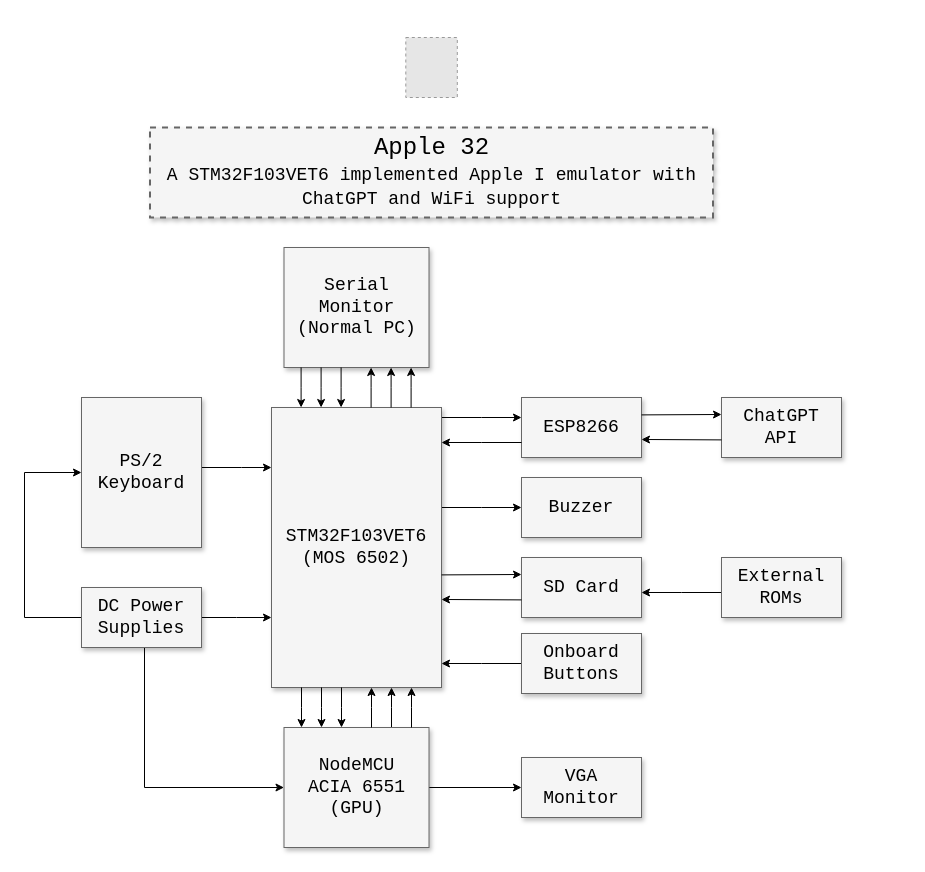
This is SystemOverview.drawio from OodavidsinoO/Apple-32, a draw.io file, before an edit. Source tidied: cells renumbered, new cells numbered last; positions are measured from the earlier drawing's top-left corner, leaving out a move shared by most shapes. Both pictures are drawn from the tidied source at 100%, with x=0, y=0 at pixel (24, 37). Pictures stored in the file or linked from it are replaced by grey dashed boxes.
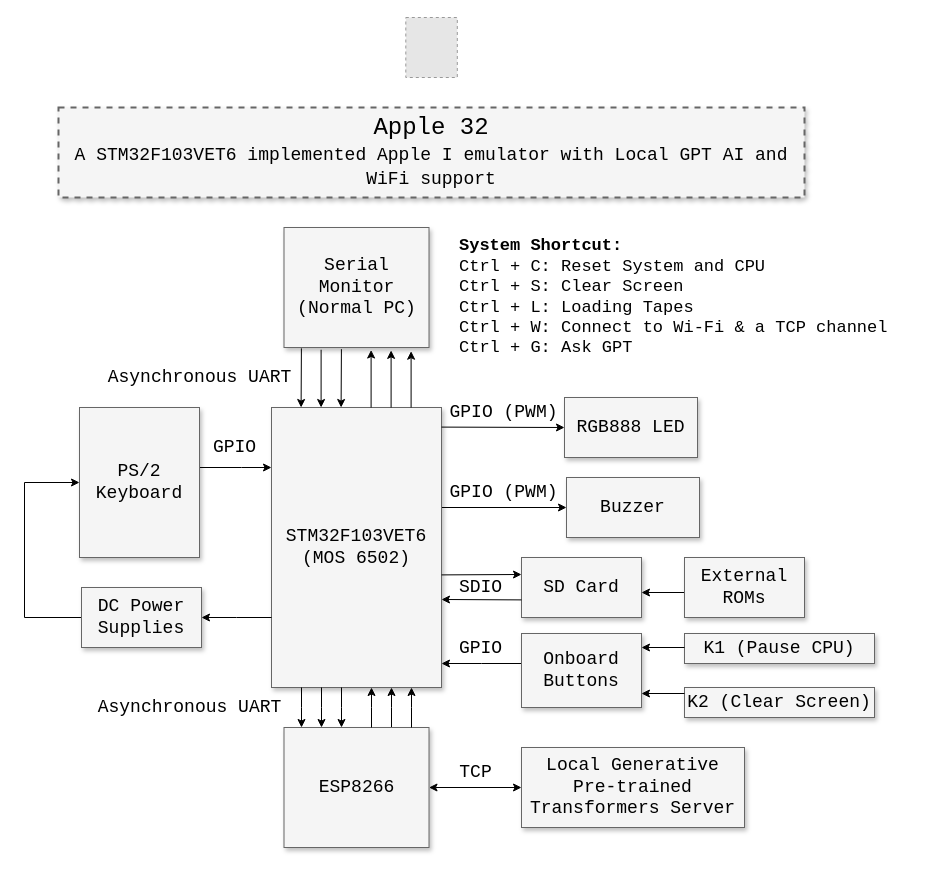
The same diagram, later.

Unchanged cells that the change refers to:
```xml
<mxCell id="6" value="STM32F103VET6&lt;br&gt;(MOS 6502)" style="whiteSpace=wrap;html=1;shadow=1;fontSize=18;fillColor=#f5f5f5;strokeColor=#666666;fontFamily=Courier New;" parent="1" vertex="1">
  <mxGeometry x="247" y="370" width="170" height="280" as="geometry" />
</mxCell>
<mxCell id="16" value="DC Power&lt;br&gt;Supplies" style="whiteSpace=wrap;html=1;shadow=1;fontSize=18;fillColor=#f5f5f5;strokeColor=#666666;fontFamily=Courier New;" parent="1" vertex="1">
  <mxGeometry x="57" y="550" width="120" height="60" as="geometry" />
</mxCell>
```

Change to the diagram source:
```diff
@@
-    <mxCell id="2" value="&lt;font&gt;&lt;font style=&quot;font-size: 24px;&quot;&gt;Apple 32&lt;/font&gt;&lt;br&gt;&lt;font style=&quot;font-size: 18px;&quot;&gt;A STM32F103VET6 implemented Apple I emulator with ChatGPT and WiFi support&lt;/font&gt;&lt;/font&gt;" style="whiteSpace=wrap;html=1;shadow=1;fontSize=20;fillColor=#f5f5f5;strokeColor=#666666;strokeWidth=2;dashed=1;fontFamily=Courier New;" parent="1" vertex="1">
-      <mxGeometry x="125.5" y="90" width="563" height="90" as="geometry" />
+    <mxCell id="2" value="&lt;font&gt;&lt;font style=&quot;font-size: 24px;&quot;&gt;Apple 32&lt;/font&gt;&lt;br&gt;&lt;font style=&quot;font-size: 18px;&quot;&gt;A STM32F103VET6 implemented Apple I emulator with Local GPT AI and WiFi support&lt;/font&gt;&lt;/font&gt;" style="whiteSpace=wrap;html=1;shadow=1;fontSize=20;fillColor=#f5f5f5;strokeColor=#666666;strokeWidth=2;dashed=1;fontFamily=Courier New;" parent="1" vertex="1">
+      <mxGeometry x="34" y="70" width="746" height="90" as="geometry" />
     </mxCell>
-    <mxCell id="3" style="edgeStyle=elbowEdgeStyle;rounded=0;html=1;startArrow=none;startFill=0;jettySize=auto;orthogonalLoop=1;fontSize=18;elbow=vertical;fontFamily=Courier New;" parent="1" edge="1">
-      <mxGeometry relative="1" as="geometry">
-        <mxPoint x="417" y="380" as="sourcePoint" />
-        <mxPoint x="497" y="380" as="targetPoint" />
-      </mxGeometry>
-    </mxCell>
@@
-    <mxCell id="7" value="ESP8266" style="whiteSpace=wrap;html=1;shadow=1;fontSize=18;fillColor=#f5f5f5;strokeColor=#666666;fontFamily=Courier New;" parent="1" vertex="1">
-      <mxGeometry x="497" y="360" width="120" height="60" as="geometry" />
-    </mxCell>
     <mxCell id="8" value="Buzzer" style="whiteSpace=wrap;html=1;shadow=1;fontSize=18;fillColor=#f5f5f5;strokeColor=#666666;fontFamily=Courier New;" parent="1" vertex="1">
-      <mxGeometry x="497" y="440" width="120" height="60" as="geometry" />
+      <mxGeometry x="542" y="440" width="133" height="60" as="geometry" />
     </mxCell>
@@
-    <mxCell id="10" value="VGA Monitor" style="whiteSpace=wrap;html=1;shadow=1;fontSize=18;fillColor=#f5f5f5;strokeColor=#666666;fontFamily=Courier New;" parent="1" vertex="1">
-      <mxGeometry x="497" y="720" width="120" height="60" as="geometry" />
+    <mxCell id="10" value="Local Generative Pre-trained Transformers Server" style="whiteSpace=wrap;html=1;shadow=1;fontSize=18;fillColor=#f5f5f5;strokeColor=#666666;fontFamily=Courier New;" parent="1" vertex="1">
+      <mxGeometry x="497" y="710" width="223" height="80" as="geometry" />
     </mxCell>
@@
     <mxCell id="12" value="PS/2&lt;br&gt;Keyboard" style="whiteSpace=wrap;html=1;shadow=1;fontSize=18;fillColor=#f5f5f5;strokeColor=#666666;fontFamily=Courier New;" parent="1" vertex="1">
-      <mxGeometry x="57" y="360" width="120" height="150" as="geometry" />
+      <mxGeometry x="55" y="370" width="120" height="150" as="geometry" />
     </mxCell>
-    <mxCell id="13" style="edgeStyle=elbowEdgeStyle;rounded=0;html=1;startArrow=none;startFill=0;jettySize=auto;fontSize=18;elbow=vertical;fontFamily=Courier New;" parent="1" edge="1" source="16" target="6">
+    <mxCell id="13" style="edgeStyle=elbowEdgeStyle;rounded=0;html=1;startArrow=none;startFill=0;jettySize=auto;fontSize=18;elbow=vertical;fontFamily=Courier New;" parent="1" edge="1" source="6" target="16">
       <mxGeometry relative="1" as="geometry" />
     </mxCell>
-    <mxCell id="14" style="edgeStyle=orthogonalEdgeStyle;rounded=0;jettySize=auto;html=1;entryX=0;entryY=0.5;entryDx=0;entryDy=0;" parent="1" edge="1" source="16" target="18">
-      <mxGeometry relative="1" as="geometry">
-        <Array as="points">
-          <mxPoint x="120" y="750" />
-        </Array>
-      </mxGeometry>
-    </mxCell>
-    <mxCell id="15" style="edgeStyle=orthogonalEdgeStyle;rounded=0;jettySize=auto;html=1;entryX=0;entryY=0.5;entryDx=0;entryDy=0;" parent="1" edge="1" source="16" target="12">
+    <mxCell id="15" style="edgeStyle=orthogonalEdgeStyle;rounded=0;jettySize=auto;html=1;entryX=0;entryY=0.5;entryDx=0;entryDy=0;fontFamily=Courier New;" parent="1" edge="1" source="16" target="12">
       <mxGeometry relative="1" as="geometry">
         <Array as="points">
           <mxPoint y="580" />
-          <mxPoint y="435" />
+          <mxPoint y="445" />
         </Array>
       </mxGeometry>
     </mxCell>
@@
-    <mxCell id="17" style="edgeStyle=orthogonalEdgeStyle;rounded=0;jettySize=auto;html=1;entryX=0;entryY=0.5;entryDx=0;entryDy=0;" parent="1" edge="1" source="18" target="10">
+    <mxCell id="17" style="edgeStyle=orthogonalEdgeStyle;rounded=0;jettySize=auto;html=1;entryX=0;entryY=0.5;entryDx=0;entryDy=0;startArrow=classic;startFill=1;fontFamily=Courier New;" parent="1" edge="1" source="18" target="10">
       <mxGeometry relative="1" as="geometry" />
     </mxCell>
-    <mxCell id="18" value="NodeMCU&lt;br&gt;ACIA 6551&lt;br&gt;(GPU)" style="whiteSpace=wrap;html=1;shadow=1;fontSize=18;fillColor=#f5f5f5;strokeColor=#666666;fontFamily=Courier New;" parent="1" vertex="1">
+    <mxCell id="18" value="ESP8266" style="whiteSpace=wrap;html=1;shadow=1;fontSize=18;fillColor=#f5f5f5;strokeColor=#666666;fontFamily=Courier New;" parent="1" vertex="1">
       <mxGeometry x="259.5" y="690" width="145" height="120" as="geometry" />
     </mxCell>
@@
-    <mxCell id="24" style="fillColor=#E6E6E6;strokeColor=#999999;dashed=1;verticalLabelPosition=bottom;labelBackgroundColor=default;verticalAlign=top;" parent="1" vertex="1">
-      <mxGeometry x="381.3" width="51.5" height="60" as="geometry" />
+    <mxCell id="24" style="fillColor=#E6E6E6;strokeColor=#999999;dashed=1;verticalLabelPosition=bottom;labelBackgroundColor=default;verticalAlign=top;fontFamily=Courier New;" parent="1" vertex="1">
+      <mxGeometry x="381.3" y="-20" width="51.5" height="60" as="geometry" />
     </mxCell>
@@
     <mxCell id="26" value="Onboard&lt;br&gt;Buttons" style="whiteSpace=wrap;html=1;shadow=1;fontSize=18;fillColor=#f5f5f5;strokeColor=#666666;fontFamily=Courier New;" parent="1" vertex="1">
-      <mxGeometry x="497" y="596" width="120" height="60" as="geometry" />
+      <mxGeometry x="497" y="596" width="120" height="74" as="geometry" />
     </mxCell>
-    <mxCell id="27" value="ChatGPT&lt;br&gt;API" style="whiteSpace=wrap;html=1;shadow=1;fontSize=18;fillColor=#f5f5f5;strokeColor=#666666;fontFamily=Courier New;" parent="1" vertex="1">
-      <mxGeometry x="697" y="360" width="120" height="60" as="geometry" />
-    </mxCell>
@@
     <mxCell id="29" value="External&lt;br&gt;ROMs" style="whiteSpace=wrap;html=1;shadow=1;fontSize=18;fillColor=#f5f5f5;strokeColor=#666666;fontFamily=Courier New;" parent="1" vertex="1">
-      <mxGeometry x="697" y="520" width="120" height="60" as="geometry" />
+      <mxGeometry x="660" y="520" width="120" height="60" as="geometry" />
     </mxCell>
-    <mxCell id="30" style="edgeStyle=elbowEdgeStyle;rounded=0;html=1;startArrow=none;startFill=0;jettySize=auto;orthogonalLoop=1;fontSize=18;fontFamily=Courier New;" parent="1" edge="1">
+    <mxCell id="30" style="edgeStyle=elbowEdgeStyle;rounded=0;html=1;startArrow=none;startFill=0;jettySize=auto;fontSize=18;fontFamily=Courier New;entryX=0.735;entryY=1.024;entryDx=0;entryDy=0;entryPerimeter=0;" parent="1" edge="1" target="31">
       <mxGeometry relative="1" as="geometry">
         <mxPoint x="366.6" y="370" as="sourcePoint" />
-        <mxPoint x="366.6" y="330" as="targetPoint" />
         <Array as="points">
           <mxPoint x="366.6" y="350" />
         </Array>
       </mxGeometry>
     </mxCell>
     <mxCell id="31" value="Serial Monitor&lt;br&gt;(Normal PC)" style="whiteSpace=wrap;html=1;shadow=1;fontSize=18;fillColor=#f5f5f5;strokeColor=#666666;fontFamily=Courier New;" parent="1" vertex="1">
-      <mxGeometry x="259.5" y="210" width="145" height="120" as="geometry" />
+      <mxGeometry x="259.5" y="190" width="145" height="120" as="geometry" />
     </mxCell>
-    <mxCell id="32" style="edgeStyle=elbowEdgeStyle;rounded=0;html=1;startArrow=none;startFill=0;jettySize=auto;orthogonalLoop=1;fontSize=18;fontFamily=Courier New;" parent="1" edge="1">
+    <mxCell id="32" style="edgeStyle=elbowEdgeStyle;rounded=0;html=1;startArrow=none;startFill=0;jettySize=auto;fontSize=18;fontFamily=Courier New;entryX=0.871;entryY=1.031;entryDx=0;entryDy=0;entryPerimeter=0;" parent="1" edge="1" target="31">
       <mxGeometry relative="1" as="geometry">
         <mxPoint x="386.6" y="370" as="sourcePoint" />
-        <mxPoint x="386.6" y="330" as="targetPoint" />
         <Array as="points">
           <mxPoint x="386.6" y="350" />
           <mxPoint x="366.6" y="350" />
         </Array>
       </mxGeometry>
     </mxCell>
-    <mxCell id="33" style="edgeStyle=elbowEdgeStyle;rounded=0;html=1;startArrow=none;startFill=0;jettySize=auto;orthogonalLoop=1;fontSize=18;fontFamily=Courier New;" parent="1" edge="1">
+    <mxCell id="33" style="edgeStyle=elbowEdgeStyle;rounded=0;html=1;startArrow=none;startFill=0;jettySize=auto;fontSize=18;fontFamily=Courier New;entryX=0.599;entryY=1.021;entryDx=0;entryDy=0;entryPerimeter=0;" parent="1" edge="1" target="31">
       <mxGeometry relative="1" as="geometry">
         <mxPoint x="346.6" y="370" as="sourcePoint" />
-        <mxPoint x="346.6" y="330" as="targetPoint" />
         <Array as="points">
           <mxPoint x="346.6" y="350" />
           <mxPoint x="346.6" y="350" />
         </Array>
       </mxGeometry>
     </mxCell>
-    <mxCell id="34" style="edgeStyle=elbowEdgeStyle;rounded=0;html=1;startArrow=none;startFill=0;jettySize=auto;orthogonalLoop=1;fontSize=18;fontFamily=Courier New;" parent="1" edge="1">
+    <mxCell id="34" style="edgeStyle=elbowEdgeStyle;rounded=0;html=1;startArrow=none;startFill=0;jettySize=auto;fontSize=18;fontFamily=Courier New;exitX=0.396;exitY=1.014;exitDx=0;exitDy=0;exitPerimeter=0;" parent="1" edge="1" source="31">
       <mxGeometry relative="1" as="geometry">
-        <mxPoint x="316.6" y="330" as="sourcePoint" />
         <mxPoint x="316.6" y="370" as="targetPoint" />
         <Array as="points">
           <mxPoint x="316.6" y="350" />
           <mxPoint x="346.6" y="360" />
         </Array>
       </mxGeometry>
     </mxCell>
-    <mxCell id="35" style="edgeStyle=elbowEdgeStyle;rounded=0;html=1;startArrow=none;startFill=0;jettySize=auto;orthogonalLoop=1;fontSize=18;fontFamily=Courier New;" parent="1" edge="1">
+    <mxCell id="35" style="edgeStyle=elbowEdgeStyle;rounded=0;html=1;startArrow=none;startFill=0;jettySize=auto;fontSize=18;fontFamily=Courier New;exitX=0.256;exitY=1.019;exitDx=0;exitDy=0;exitPerimeter=0;" parent="1" edge="1" source="31">
       <mxGeometry relative="1" as="geometry">
-        <mxPoint x="296.6" y="330" as="sourcePoint" />
         <mxPoint x="296.6" y="370" as="targetPoint" />
         <Array as="points">
           <mxPoint x="296.6" y="350" />
           <mxPoint x="326.6" y="360" />
         </Array>
       </mxGeometry>
     </mxCell>
-    <mxCell id="36" style="edgeStyle=elbowEdgeStyle;rounded=0;html=1;startArrow=none;startFill=0;jettySize=auto;orthogonalLoop=1;fontSize=18;fontFamily=Courier New;" parent="1" edge="1">
+    <mxCell id="36" style="edgeStyle=elbowEdgeStyle;rounded=0;html=1;startArrow=none;startFill=0;jettySize=auto;fontSize=18;fontFamily=Courier New;exitX=0.12;exitY=1.007;exitDx=0;exitDy=0;exitPerimeter=0;" parent="1" edge="1" source="31">
       <mxGeometry relative="1" as="geometry">
-        <mxPoint x="276.6" y="330" as="sourcePoint" />
         <mxPoint x="276.6" y="370" as="targetPoint" />
         <Array as="points">
           <mxPoint x="276.6" y="350" />
           <mxPoint x="306.6" y="360" />
         </Array>
       </mxGeometry>
     </mxCell>
-    <mxCell id="37" style="edgeStyle=elbowEdgeStyle;rounded=0;html=1;startArrow=none;startFill=0;jettySize=auto;orthogonalLoop=1;fontSize=18;elbow=vertical;fontFamily=Courier New;" parent="1" edge="1">
-      <mxGeometry relative="1" as="geometry">
-        <mxPoint x="497" y="405" as="sourcePoint" />
-        <mxPoint x="417" y="405" as="targetPoint" />
-      </mxGeometry>
-    </mxCell>
-    <mxCell id="38" style="edgeStyle=elbowEdgeStyle;rounded=0;html=1;startArrow=none;startFill=0;jettySize=auto;orthogonalLoop=1;fontSize=18;elbow=vertical;fontFamily=Courier New;" parent="1" edge="1">
-      <mxGeometry relative="1" as="geometry">
-        <mxPoint x="617" y="377.4" as="sourcePoint" />
-        <mxPoint x="697" y="377.4" as="targetPoint" />
-      </mxGeometry>
-    </mxCell>
-    <mxCell id="39" style="edgeStyle=elbowEdgeStyle;rounded=0;html=1;startArrow=none;startFill=0;jettySize=auto;orthogonalLoop=1;fontSize=18;elbow=vertical;fontFamily=Courier New;" parent="1" edge="1">
-      <mxGeometry relative="1" as="geometry">
-        <mxPoint x="697" y="402.4" as="sourcePoint" />
-        <mxPoint x="617" y="402.4" as="targetPoint" />
-      </mxGeometry>
-    </mxCell>
@@
+    <mxCell id="42" value="TCP" style="text;html=1;align=center;verticalAlign=middle;strokeColor=none;fillColor=none;fontSize=18;fontFamily=Courier New;" parent="1" vertex="1">
+      <mxGeometry x="421" y="715" width="60" height="40" as="geometry" />
+    </mxCell>
+    <mxCell id="43" style="edgeStyle=elbowEdgeStyle;rounded=0;html=1;startArrow=none;startFill=0;jettySize=auto;fontSize=18;elbow=vertical;fontFamily=Courier New;" parent="1" edge="1" target="44">
+      <mxGeometry relative="1" as="geometry">
+        <mxPoint x="417" y="389.6" as="sourcePoint" />
+      </mxGeometry>
+    </mxCell>
+    <mxCell id="44" value="RGB888 LED" style="whiteSpace=wrap;html=1;shadow=1;fontSize=18;fillColor=#f5f5f5;strokeColor=#666666;fontFamily=Courier New;" parent="1" vertex="1">
+      <mxGeometry x="540" y="360" width="133" height="60" as="geometry" />
+    </mxCell>
+    <mxCell id="45" value="GPIO" style="text;html=1;align=center;verticalAlign=middle;strokeColor=none;fillColor=none;fontSize=18;fontFamily=Courier New;" parent="1" vertex="1">
+      <mxGeometry x="175" y="390" width="70" height="40" as="geometry" />
+    </mxCell>
+    <mxCell id="46" value="SDIO" style="text;html=1;align=center;verticalAlign=middle;strokeColor=none;fillColor=none;fontSize=18;fontFamily=Courier New;" parent="1" vertex="1">
+      <mxGeometry x="421" y="530" width="70" height="40" as="geometry" />
+    </mxCell>
+    <mxCell id="47" value="K1 (Pause CPU)" style="whiteSpace=wrap;html=1;shadow=1;fontSize=18;fillColor=#f5f5f5;strokeColor=#666666;fontFamily=Courier New;" parent="1" vertex="1">
+      <mxGeometry x="660" y="596" width="190" height="30" as="geometry" />
+    </mxCell>
+    <mxCell id="48" value="K2 (Clear Screen)" style="whiteSpace=wrap;html=1;shadow=1;fontSize=18;fillColor=#f5f5f5;strokeColor=#666666;fontFamily=Courier New;" parent="1" vertex="1">
+      <mxGeometry x="660" y="650" width="190" height="30" as="geometry" />
+    </mxCell>
+    <mxCell id="49" style="edgeStyle=elbowEdgeStyle;rounded=0;html=1;startArrow=none;startFill=0;jettySize=auto;orthogonalLoop=1;fontSize=18;elbow=vertical;fontFamily=Courier New;" parent="1" edge="1">
+      <mxGeometry relative="1" as="geometry">
+        <mxPoint x="660" y="610" as="sourcePoint" />
+        <mxPoint x="617" y="610" as="targetPoint" />
+      </mxGeometry>
+    </mxCell>
+    <mxCell id="50" style="edgeStyle=elbowEdgeStyle;rounded=0;html=1;startArrow=none;startFill=0;jettySize=auto;orthogonalLoop=1;fontSize=18;elbow=vertical;fontFamily=Courier New;" parent="1" edge="1">
+      <mxGeometry relative="1" as="geometry">
+        <mxPoint x="660" y="656" as="sourcePoint" />
+        <mxPoint x="617" y="656" as="targetPoint" />
+      </mxGeometry>
+    </mxCell>
+    <mxCell id="51" value="GPIO" style="text;html=1;align=center;verticalAlign=middle;strokeColor=none;fillColor=none;fontSize=18;fontFamily=Courier New;" parent="1" vertex="1">
+      <mxGeometry x="421" y="591" width="70" height="40" as="geometry" />
+    </mxCell>
+    <mxCell id="52" value="Asynchronous UART" style="text;html=1;align=center;verticalAlign=middle;strokeColor=none;fillColor=none;fontSize=18;fontFamily=Courier New;" parent="1" vertex="1">
+      <mxGeometry x="60" y="650" width="210" height="40" as="geometry" />
+    </mxCell>
+    <mxCell id="53" value="GPIO (PWM)" style="text;html=1;align=center;verticalAlign=middle;strokeColor=none;fillColor=none;fontSize=18;fontFamily=Courier New;" parent="1" vertex="1">
+      <mxGeometry x="414" y="435" width="130" height="40" as="geometry" />
+    </mxCell>
+    <mxCell id="54" value="GPIO (PWM)" style="text;html=1;align=center;verticalAlign=middle;strokeColor=none;fillColor=none;fontSize=18;fontFamily=Courier New;" parent="1" vertex="1">
+      <mxGeometry x="414" y="355" width="130" height="40" as="geometry" />
+    </mxCell>
+    <mxCell id="55" value="&lt;font style=&quot;font-size: 17px;&quot;&gt;&lt;b class=&quot;fr-fix-ad3d301e&quot; style=&quot;font-size: 17px;&quot;&gt;System Shortcut:&lt;/b&gt;&lt;br style=&quot;font-size: 17px;&quot;&gt;Ctrl + C: Reset System and CPU&lt;br style=&quot;font-size: 17px;&quot;&gt;Ctrl + S:&amp;nbsp;Clear Screen&lt;font style=&quot;font-size: 17px;&quot;&gt;&lt;br style=&quot;font-size: 17px;&quot;&gt;&lt;/font&gt;Ctrl + L: Loading Tapes&lt;br style=&quot;font-size: 17px;&quot;&gt;Ctrl + W: Connect to Wi-Fi &amp;amp; a TCP channel&lt;br style=&quot;font-size: 17px;&quot;&gt;Ctrl + G: Ask GPT&lt;/font&gt;" style="text;html=1;align=left;verticalAlign=middle;strokeColor=none;fillColor=none;fontFamily=Courier New;fontSize=17;" parent="1" vertex="1">
+      <mxGeometry x="432.8" y="190" width="450" height="140" as="geometry" />
+    </mxCell>
+    <mxCell id="56" value="Asynchronous UART" style="text;html=1;align=center;verticalAlign=middle;strokeColor=none;fillColor=none;fontSize=18;fontFamily=Courier New;" parent="1" vertex="1">
+      <mxGeometry x="70" y="320" width="210" height="40" as="geometry" />
+    </mxCell>
```
